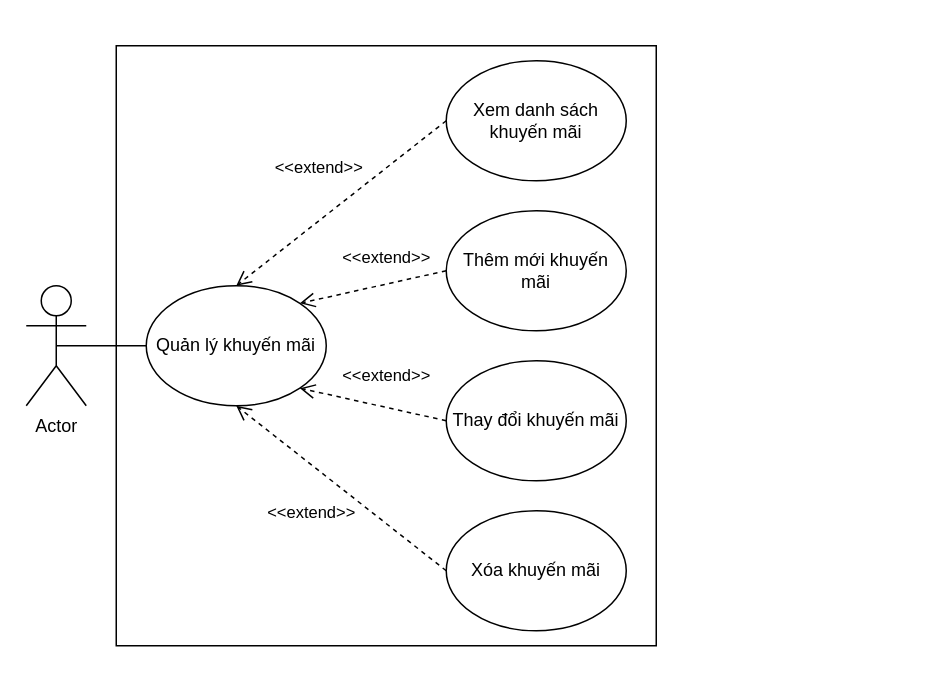
Above: Diagram/UseCase/QL.KhuyenMai.drawio in TccKaiCi/PTTK_CuaHangGiay (draw.io), before the change. Source tidied: cells renumbered, new cells numbered last; positions are measured from the earlier drawing's top-left corner, leaving out a move shared by most shapes. Both pictures are drawn from the tidied source at 150%, with x=0, y=0 at pixel (26, 45).
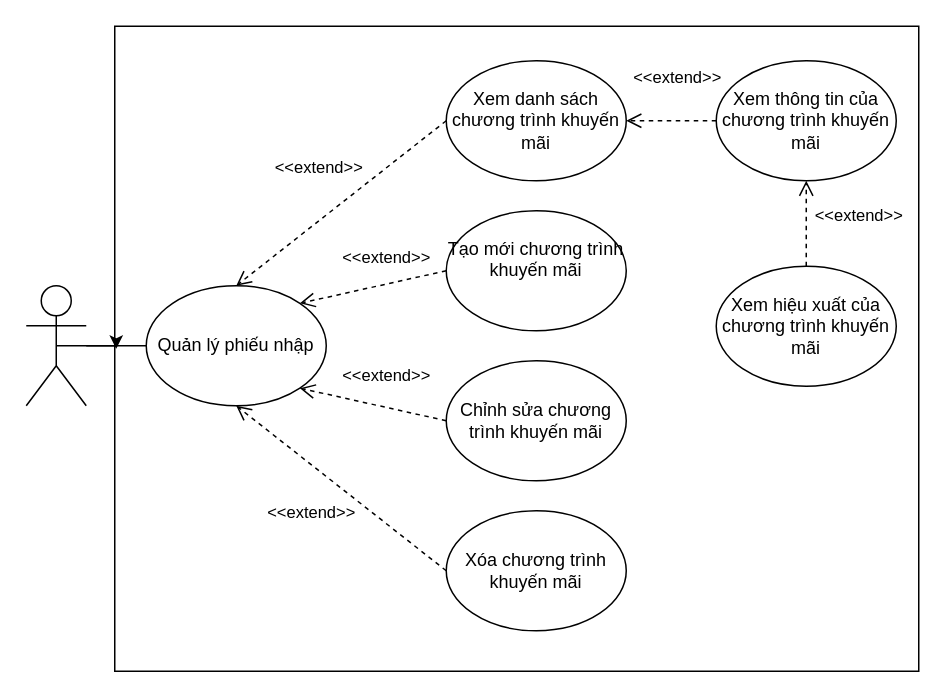
After the change.

The edit, as a diff of the source:
```diff
@@
 <mxGraphModel>
   <root>
     <mxCell id="0" />
     <mxCell id="1" parent="0" />
+    <mxCell id="14" style="edgeStyle=orthogonalEdgeStyle;rounded=0;jettySize=auto;html=1;" parent="1" edge="1" source="2" target="13">
+      <mxGeometry relative="1" as="geometry" />
+    </mxCell>
-    <mxCell id="2" value="Actor" style="shape=umlActor;verticalLabelPosition=bottom;verticalAlign=top;html=1;outlineConnect=0;" parent="1" vertex="1">
+    <mxCell id="2" style="shape=umlActor;verticalLabelPosition=bottom;verticalAlign=top;html=1;outlineConnect=0;" parent="1" vertex="1">
       <mxGeometry y="160" width="40" height="80" as="geometry" />
     </mxCell>
-    <mxCell id="3" value="Quản lý khuyến mãi" style="ellipse;whiteSpace=wrap;html=1;" parent="1" vertex="1">
+    <mxCell id="3" value="Quản lý phiếu nhập" style="ellipse;whiteSpace=wrap;html=1;" parent="1" vertex="1">
       <mxGeometry x="80" y="160" width="120" height="80" as="geometry" />
     </mxCell>
-    <mxCell id="4" value="Thay đổi khuyến mãi" style="ellipse;whiteSpace=wrap;html=1;" parent="1" vertex="1">
+    <mxCell id="4" value="Chỉnh sửa chương trình khuyến mãi" style="ellipse;whiteSpace=wrap;html=1;" parent="1" vertex="1">
       <mxGeometry x="280" y="210" width="120" height="80" as="geometry" />
     </mxCell>
-    <mxCell id="5" value="Thêm mới khuyến mãi" style="ellipse;whiteSpace=wrap;html=1;" parent="1" vertex="1">
+    <mxCell id="5" value="Tạo mới chương trình khuyến mãi&lt;br&gt;&amp;nbsp;" style="ellipse;whiteSpace=wrap;html=1;" parent="1" vertex="1">
       <mxGeometry x="280" y="110" width="120" height="80" as="geometry" />
     </mxCell>
-    <mxCell id="6" value="Xem danh sách khuyến mãi" style="ellipse;whiteSpace=wrap;html=1;" parent="1" vertex="1">
+    <mxCell id="6" value="Xem danh sách chương trình khuyến mãi" style="ellipse;whiteSpace=wrap;html=1;" parent="1" vertex="1">
       <mxGeometry x="280" y="10" width="120" height="80" as="geometry" />
     </mxCell>
-    <mxCell id="7" value="Xóa khuyến mãi" style="ellipse;whiteSpace=wrap;html=1;" parent="1" vertex="1">
+    <mxCell id="7" value="Xóa chương trình khuyến mãi" style="ellipse;whiteSpace=wrap;html=1;" parent="1" vertex="1">
       <mxGeometry x="280" y="310" width="120" height="80" as="geometry" />
     </mxCell>
     <mxCell id="8" style="endArrow=none;html=1;exitX=0.5;exitY=0.5;exitDx=0;exitDy=0;exitPerimeter=0;" parent="1" edge="1" source="2" target="3">
       <mxGeometry relative="1" as="geometry" />
     </mxCell>
     <mxCell id="9" value="&amp;lt;&amp;lt;extend&amp;gt;&amp;gt;" style="html=1;verticalAlign=bottom;endArrow=open;dashed=1;endSize=8;exitX=0;exitY=0.5;exitDx=0;exitDy=0;entryX=0.5;entryY=0;entryDx=0;entryDy=0;" parent="1" edge="1" source="6" target="3">
       <mxGeometry x="0.03" y="-21" relative="1" as="geometry" />
     </mxCell>
     <mxCell id="10" value="&amp;lt;&amp;lt;extend&amp;gt;&amp;gt;" style="html=1;verticalAlign=bottom;endArrow=open;dashed=1;endSize=8;exitX=0;exitY=0.5;exitDx=0;exitDy=0;entryX=0.5;entryY=1;entryDx=0;entryDy=0;" parent="1" edge="1" source="7" target="3">
       <mxGeometry y="32" relative="1" as="geometry" />
     </mxCell>
     <mxCell id="11" value="&amp;lt;&amp;lt;extend&amp;gt;&amp;gt;" style="html=1;verticalAlign=bottom;endArrow=open;dashed=1;endSize=8;exitX=0;exitY=0.5;exitDx=0;exitDy=0;entryX=1;entryY=1;entryDx=0;entryDy=0;" parent="1" edge="1" source="4" target="3">
       <mxGeometry x="-0.12" y="-13" relative="1" as="geometry">
         <mxPoint y="1" as="offset" />
       </mxGeometry>
     </mxCell>
     <mxCell id="12" value="&amp;lt;&amp;lt;extend&amp;gt;&amp;gt;" style="html=1;verticalAlign=bottom;endArrow=open;dashed=1;endSize=8;exitX=0;exitY=0.5;exitDx=0;exitDy=0;entryX=1;entryY=0;entryDx=0;entryDy=0;" parent="1" edge="1" source="5" target="3">
       <mxGeometry x="-0.22" y="-9" relative="1" as="geometry" />
     </mxCell>
     <mxCell id="13" style="rounded=0;whiteSpace=wrap;html=1;gradientColor=#ffffff;labelBackgroundColor=none;noLabel=1;fontColor=none;fillColor=none;" parent="1" vertex="1">
-      <mxGeometry x="60" width="360" height="400" as="geometry" />
+      <mxGeometry x="59" y="-13" width="536" height="430" as="geometry" />
     </mxCell>
+    <mxCell id="15" value="Xem thông tin của chương trình khuyến mãi" style="ellipse;whiteSpace=wrap;html=1;" parent="1" vertex="1">
+      <mxGeometry x="460" y="10" width="120" height="80" as="geometry" />
+    </mxCell>
+    <mxCell id="16" value="Xem hiệu xuất của chương trình khuyến mãi&lt;br&gt;" style="ellipse;whiteSpace=wrap;html=1;" parent="1" vertex="1">
+      <mxGeometry x="460" y="147" width="120" height="80" as="geometry" />
+    </mxCell>
+    <mxCell id="17" value="&amp;lt;&amp;lt;extend&amp;gt;&amp;gt;" style="html=1;verticalAlign=bottom;endArrow=open;dashed=1;endSize=8;exitX=0;exitY=0.5;exitDx=0;exitDy=0;entryX=1;entryY=0.5;entryDx=0;entryDy=0;" parent="1" edge="1" source="15" target="6">
+      <mxGeometry x="-0.13" y="-20" relative="1" as="geometry" />
+    </mxCell>
+    <mxCell id="18" value="&amp;lt;&amp;lt;extend&amp;gt;&amp;gt;" style="html=1;verticalAlign=bottom;endArrow=open;dashed=1;endSize=8;exitX=0.5;exitY=0;exitDx=0;exitDy=0;entryX=0.5;entryY=1;entryDx=0;entryDy=0;" parent="1" edge="1" source="16" target="15">
+      <mxGeometry x="-0.12" y="-35" relative="1" as="geometry" />
+    </mxCell>
   </root>
 </mxGraphModel>
```
